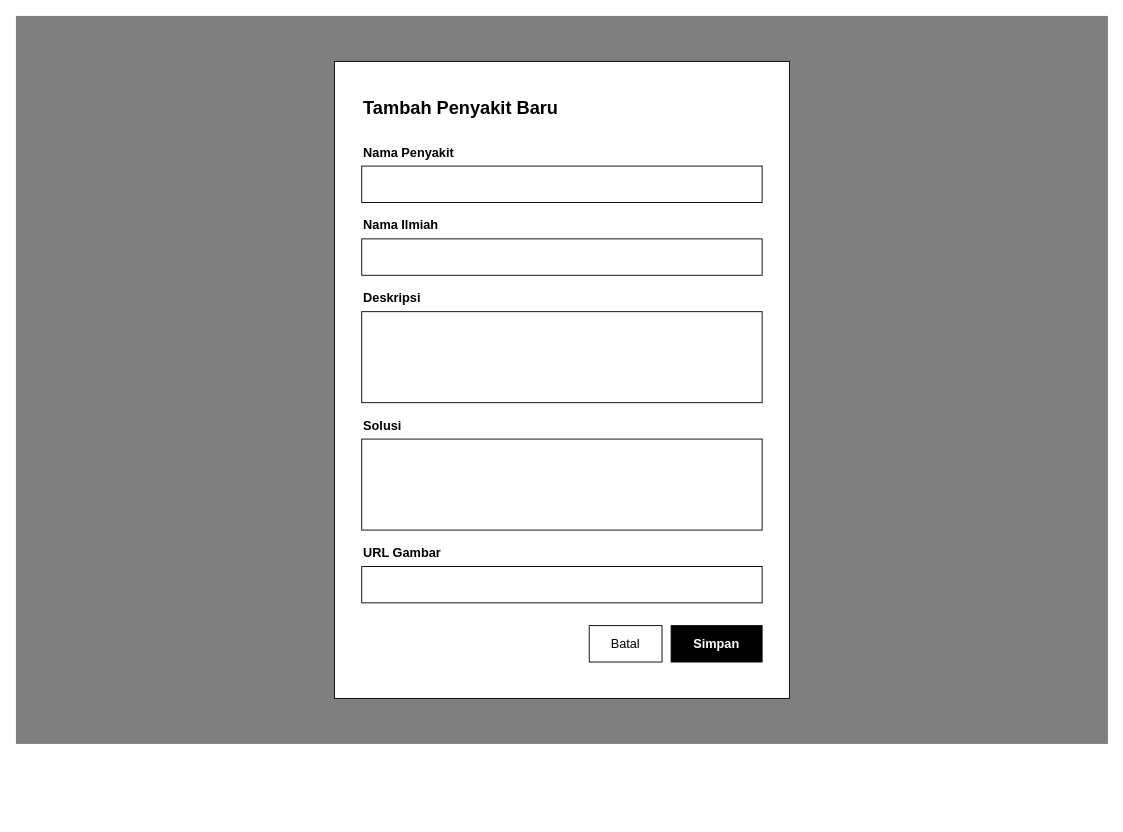
RajaSunrise/kangkungku keeps this draw.io diagram as diagram/desain/admin-tambah-penyakit.drawio. Above is the earlier version. Source tidied: cells renumbered, new cells numbered last; positions are measured from the earlier drawing's top-left corner, leaving out a move shared by most shapes. Both pictures are drawn from the tidied source at 91%, with x=0, y=0 at pixel (15, 15).
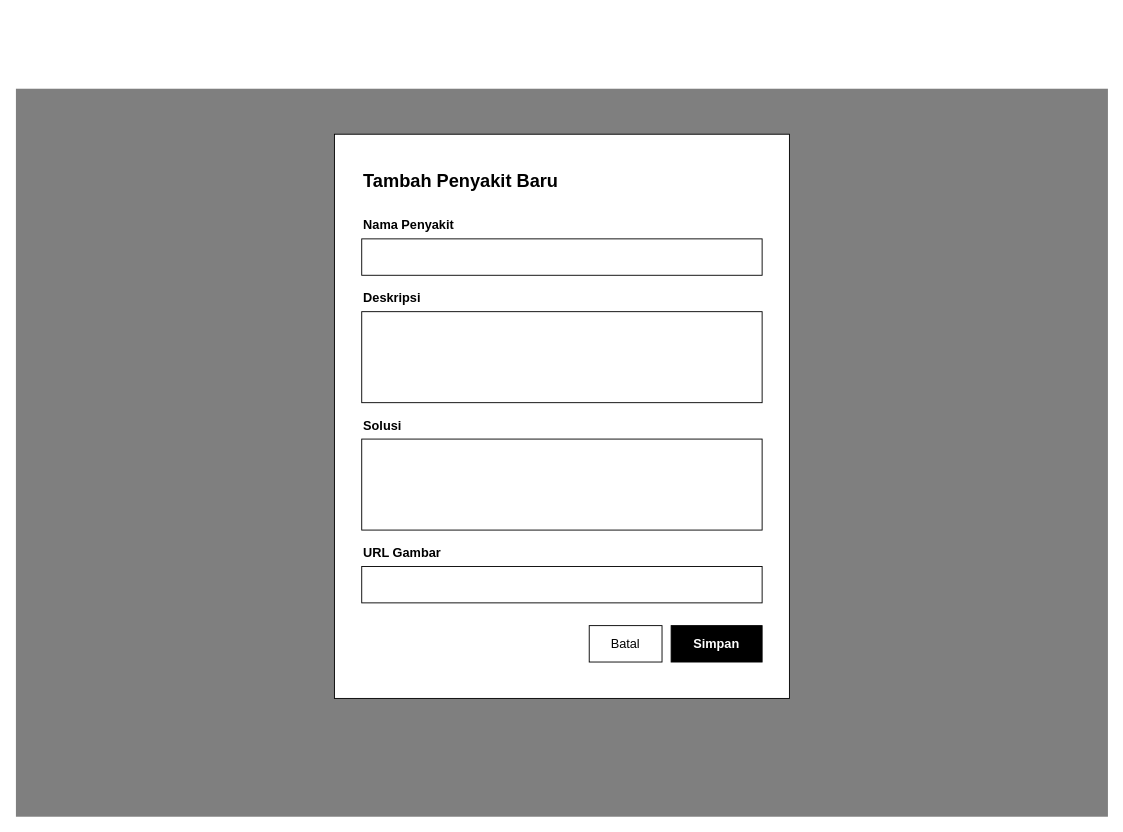
The same diagram, later.

Diff of the diagram source:
```diff
@@
 <mxGraphModel>
   <root>
     <mxCell id="0" />
     <mxCell id="1" parent="0" />
     <mxCell id="2" style="rounded=0;whiteSpace=wrap;html=1;fillColor=#000000;fillOpacity=50;strokeColor=none;" parent="1" vertex="1">
-      <mxGeometry width="1200" height="800" as="geometry" />
+      <mxGeometry y="80" width="1200" height="800" as="geometry" />
     </mxCell>
     <mxCell id="3" style="rounded=0;whiteSpace=wrap;html=1;fillColor=#FFFFFF;strokeColor=#000000;" parent="1" vertex="1">
-      <mxGeometry x="350" y="50" width="500" height="700" as="geometry" />
+      <mxGeometry x="350" y="130" width="500" height="620" as="geometry" />
     </mxCell>
     <mxCell id="4" value="Tambah Penyakit Baru" style="text;html=1;strokeColor=none;fillColor=none;align=left;verticalAlign=middle;whiteSpace=wrap;rounded=0;fontColor=#000000;fontSize=20;fontStyle=1;" parent="1" vertex="1">
-      <mxGeometry x="380" y="80" width="300" height="40" as="geometry" />
+      <mxGeometry x="380" y="160" width="300" height="40" as="geometry" />
     </mxCell>
     <mxCell id="5" value="Nama Penyakit" style="text;html=1;strokeColor=none;fillColor=none;align=left;verticalAlign=middle;whiteSpace=wrap;rounded=0;fontColor=#000000;fontSize=14;fontStyle=1;" parent="1" vertex="1">
-      <mxGeometry x="380" y="140" width="150" height="20" as="geometry" />
+      <mxGeometry x="380" y="220" width="150" height="20" as="geometry" />
     </mxCell>
     <mxCell id="6" style="rounded=0;whiteSpace=wrap;html=1;fillColor=#FFFFFF;strokeColor=#000000;" parent="1" vertex="1">
-      <mxGeometry x="380" y="165" width="440" height="40" as="geometry" />
+      <mxGeometry x="380" y="245" width="440" height="40" as="geometry" />
     </mxCell>
-    <mxCell id="7" value="Nama Ilmiah" style="text;html=1;strokeColor=none;fillColor=none;align=left;verticalAlign=middle;whiteSpace=wrap;rounded=0;fontColor=#000000;fontSize=14;fontStyle=1;" parent="1" vertex="1">
-      <mxGeometry x="380" y="220" width="150" height="20" as="geometry" />
-    </mxCell>
-    <mxCell id="8" style="rounded=0;whiteSpace=wrap;html=1;fillColor=#FFFFFF;strokeColor=#000000;" parent="1" vertex="1">
-      <mxGeometry x="380" y="245" width="440" height="40" as="geometry" />
-    </mxCell>
     <mxCell id="9" value="Deskripsi" style="text;html=1;strokeColor=none;fillColor=none;align=left;verticalAlign=middle;whiteSpace=wrap;rounded=0;fontColor=#000000;fontSize=14;fontStyle=1;" parent="1" vertex="1">
       <mxGeometry x="380" y="300" width="150" height="20" as="geometry" />
     </mxCell>
     <mxCell id="10" style="rounded=0;whiteSpace=wrap;html=1;fillColor=#FFFFFF;strokeColor=#000000;" parent="1" vertex="1">
       <mxGeometry x="380" y="325" width="440" height="100" as="geometry" />
     </mxCell>
     <mxCell id="11" value="Solusi" style="text;html=1;strokeColor=none;fillColor=none;align=left;verticalAlign=middle;whiteSpace=wrap;rounded=0;fontColor=#000000;fontSize=14;fontStyle=1;" parent="1" vertex="1">
       <mxGeometry x="380" y="440" width="150" height="20" as="geometry" />
     </mxCell>
     <mxCell id="12" style="rounded=0;whiteSpace=wrap;html=1;fillColor=#FFFFFF;strokeColor=#000000;" parent="1" vertex="1">
       <mxGeometry x="380" y="465" width="440" height="100" as="geometry" />
     </mxCell>
     <mxCell id="13" value="URL Gambar" style="text;html=1;strokeColor=none;fillColor=none;align=left;verticalAlign=middle;whiteSpace=wrap;rounded=0;fontColor=#000000;fontSize=14;fontStyle=1;" parent="1" vertex="1">
       <mxGeometry x="380" y="580" width="150" height="20" as="geometry" />
     </mxCell>
     <mxCell id="14" style="rounded=0;whiteSpace=wrap;html=1;fillColor=#FFFFFF;strokeColor=#000000;" parent="1" vertex="1">
       <mxGeometry x="380" y="605" width="440" height="40" as="geometry" />
     </mxCell>
     <mxCell id="15" value="Batal" style="rounded=0;whiteSpace=wrap;html=1;fillColor=#FFFFFF;strokeColor=#000000;fontColor=#000000;fontSize=14;" parent="1" vertex="1">
       <mxGeometry x="630" y="670" width="80" height="40" as="geometry" />
     </mxCell>
     <mxCell id="16" value="Simpan" style="rounded=0;whiteSpace=wrap;html=1;fillColor=#000000;strokeColor=#000000;fontColor=#FFFFFF;fontStyle=1;fontSize=14;" parent="1" vertex="1">
       <mxGeometry x="720" y="670" width="100" height="40" as="geometry" />
     </mxCell>
   </root>
 </mxGraphModel>
```
